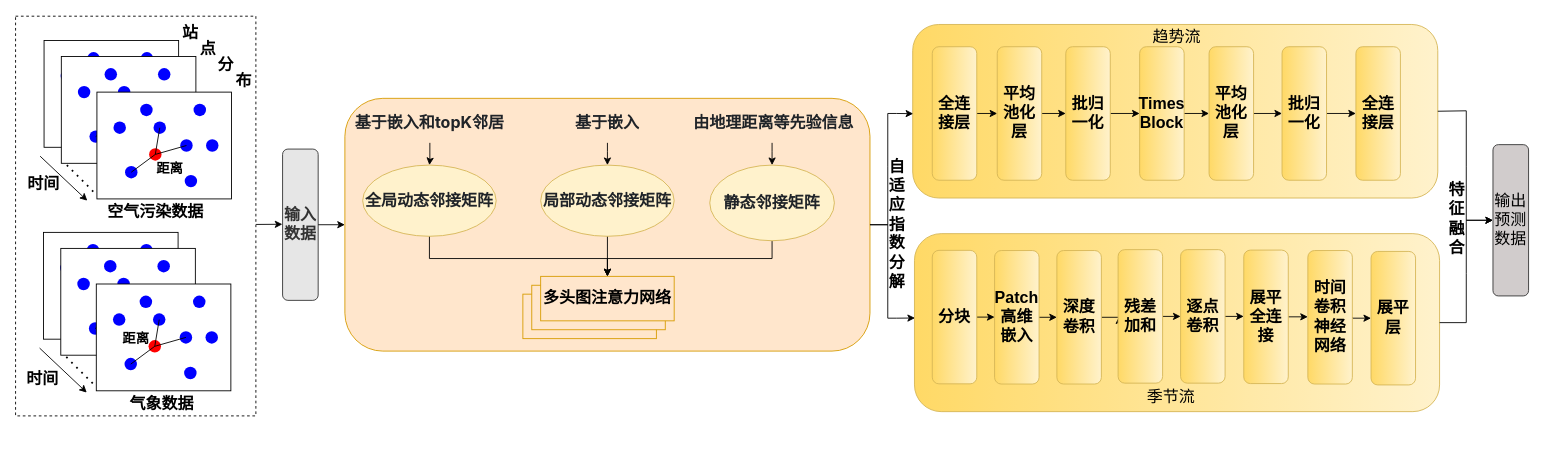
The draw.io diagram 1.drawio in rrrework/hello_webgis, before the edit. Source tidied: cells renumbered, new cells numbered last; positions are measured from the earlier drawing's top-left corner, leaving out a move shared by most shapes. Both pictures are drawn from the tidied source at 89%, with x=0, y=0 at pixel (15, 15).
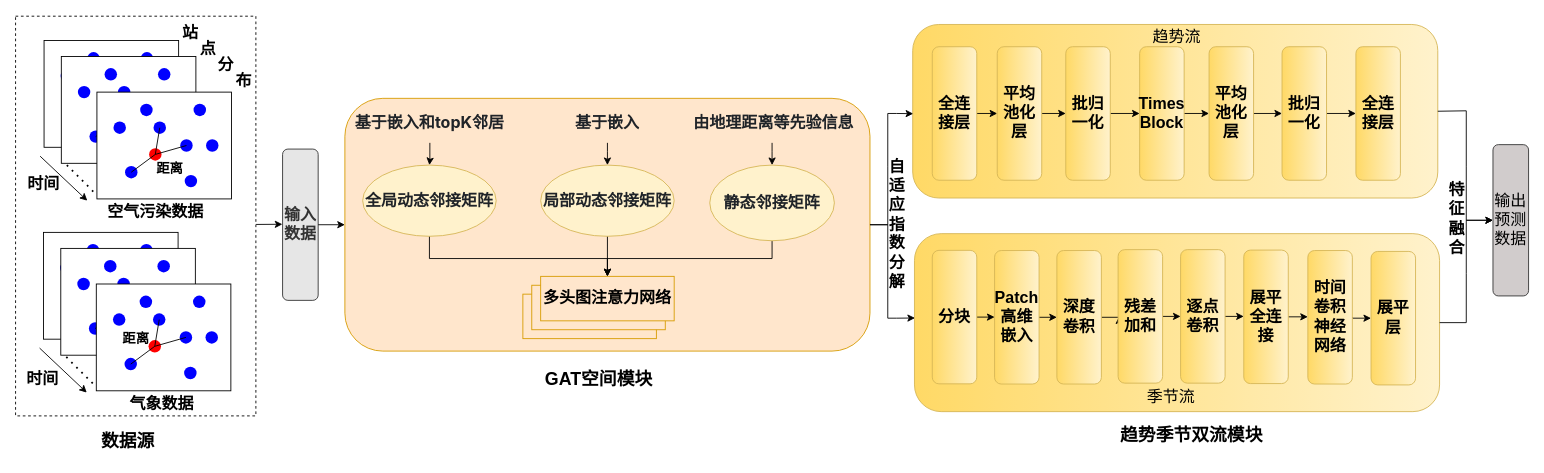
The same page after the edit.

Change to the diagram source:
```diff
@@
+    <mxCell id="150" value="&lt;font style=&quot;font-size: 20px;&quot;&gt;&lt;b style=&quot;&quot;&gt;数据源&lt;/b&gt;&lt;/font&gt;" style="text;html=1;align=center;verticalAlign=middle;strokeColor=none;fillColor=none;strokeWidth=11;" parent="1" vertex="1">
+      <mxGeometry x="86.4" y="456.6" width="80" height="40" as="geometry" />
+    </mxCell>
+    <mxCell id="151" value="&lt;font style=&quot;font-size: 20px;&quot;&gt;&lt;b style=&quot;&quot;&gt;GAT空间模块&lt;/b&gt;&lt;/font&gt;" style="text;html=1;align=center;verticalAlign=middle;strokeColor=none;fillColor=none;strokeWidth=13;" parent="1" vertex="1">
+      <mxGeometry x="585" y="387.6" width="140" height="40" as="geometry" />
+    </mxCell>
+    <mxCell id="152" value="&lt;font style=&quot;font-size: 20px;&quot;&gt;&lt;b style=&quot;&quot;&gt;趋势季节双流模块&lt;/b&gt;&lt;/font&gt;" style="text;html=1;align=center;verticalAlign=middle;strokeColor=none;fillColor=none;strokeWidth=13;" parent="1" vertex="1">
+      <mxGeometry x="1231" y="449.8" width="180" height="40" as="geometry" />
+    </mxCell>
```
